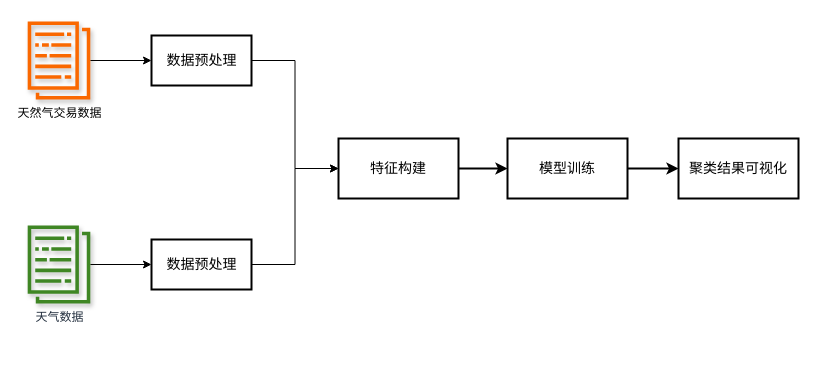
This is reports/figures/framework/framework.drawio from xhan97/gasAnalysis, a draw.io file, before an edit. Source tidied: cells renumbered, new cells numbered last; positions are measured from the earlier drawing's top-left corner, leaving out a move shared by most shapes. Both pictures are drawn from the tidied source at 100%, with x=0, y=0 at pixel (27, 21).
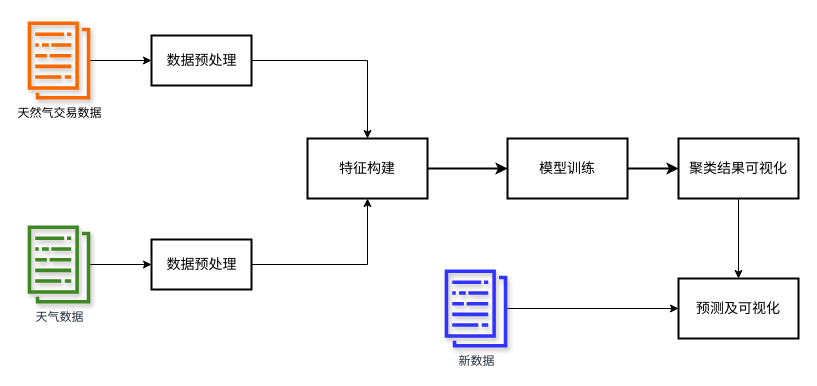
Above is the later version.

What changed in the source:
```diff
@@
 <mxGraphModel>
   <root>
     <mxCell id="0" />
     <mxCell id="1" parent="0" />
     <mxCell id="2" style="edgeStyle=orthogonalEdgeStyle;rounded=0;jettySize=auto;html=1;entryX=0;entryY=0.5;entryDx=0;entryDy=0;" parent="1" edge="1" source="3" target="9">
       <mxGeometry relative="1" as="geometry" />
     </mxCell>
     <mxCell id="3" value="天气数据" style="sketch=0;outlineConnect=0;fontColor=#232F3E;gradientColor=none;fillColor=#3F8624;strokeColor=none;dashed=0;verticalLabelPosition=bottom;verticalAlign=top;align=center;html=1;fontSize=12;fontStyle=0;shape=mxgraph.aws4.data_set;shadow=1;" parent="1" vertex="1">
       <mxGeometry y="204" width="63" height="78" as="geometry" />
     </mxCell>
     <mxCell id="4" style="edgeStyle=orthogonalEdgeStyle;rounded=0;jettySize=auto;html=1;" parent="1" edge="1" source="5" target="7">
       <mxGeometry relative="1" as="geometry" />
     </mxCell>
     <mxCell id="5" value="天然气交易数据" style="sketch=0;outlineConnect=0;fillColor=#fa6800;strokeColor=#C73500;dashed=0;verticalLabelPosition=bottom;verticalAlign=top;align=center;html=1;fontSize=12;fontStyle=0;shape=mxgraph.aws4.data_set;fontColor=#000000;shadow=1;" parent="1" vertex="1">
       <mxGeometry width="63" height="78" as="geometry" />
     </mxCell>
-    <mxCell id="6" style="edgeStyle=orthogonalEdgeStyle;rounded=0;jettySize=auto;html=1;entryX=0;entryY=0.5;entryDx=0;entryDy=0;" parent="1" edge="1" source="7" target="11">
+    <mxCell id="6" style="edgeStyle=orthogonalEdgeStyle;rounded=0;jettySize=auto;html=1;" parent="1" edge="1" source="7" target="11">
       <mxGeometry relative="1" as="geometry" />
     </mxCell>
     <mxCell id="7" value="&lt;font style=&quot;font-size: 14px&quot;&gt;数据预处理&lt;/font&gt;" style="html=1;dashed=0;whitespace=wrap;strokeWidth=2;" parent="1" vertex="1">
       <mxGeometry x="124" y="14" width="100" height="50" as="geometry" />
     </mxCell>
-    <mxCell id="8" style="edgeStyle=orthogonalEdgeStyle;rounded=0;jettySize=auto;html=1;entryX=0;entryY=0.5;entryDx=0;entryDy=0;" parent="1" edge="1" source="9" target="11">
+    <mxCell id="8" style="edgeStyle=orthogonalEdgeStyle;rounded=0;jettySize=auto;html=1;entryX=0.5;entryY=1;entryDx=0;entryDy=0;" parent="1" edge="1" source="9" target="11">
       <mxGeometry relative="1" as="geometry" />
     </mxCell>
     <mxCell id="9" value="&lt;font style=&quot;font-size: 14px&quot;&gt;数据预处理&lt;/font&gt;" style="html=1;dashed=0;whitespace=wrap;strokeWidth=2;" parent="1" vertex="1">
       <mxGeometry x="124" y="218" width="100" height="50" as="geometry" />
     </mxCell>
     <mxCell id="10" style="edgeStyle=orthogonalEdgeStyle;rounded=0;jettySize=auto;html=1;fontSize=12;fillColor=default;dashed=0;strokeWidth=2;" parent="1" edge="1" source="11" target="13">
       <mxGeometry relative="1" as="geometry" />
     </mxCell>
     <mxCell id="11" value="&lt;font style=&quot;font-size: 14px&quot;&gt;特征构建&lt;/font&gt;" style="whiteSpace=wrap;html=1;strokeWidth=2;dashed=0;" parent="1" vertex="1">
-      <mxGeometry x="311" y="117" width="120" height="60" as="geometry" />
+      <mxGeometry x="280" y="117" width="120" height="60" as="geometry" />
     </mxCell>
     <mxCell id="12" style="edgeStyle=orthogonalEdgeStyle;rounded=0;jettySize=auto;html=1;fontSize=12;fillColor=default;dashed=0;strokeWidth=2;" parent="1" edge="1" source="13" target="14">
       <mxGeometry relative="1" as="geometry" />
     </mxCell>
     <mxCell id="13" value="&lt;font style=&quot;font-size: 14px&quot;&gt;模型训练&lt;/font&gt;" style="whiteSpace=wrap;html=1;strokeWidth=2;dashed=0;" parent="1" vertex="1">
       <mxGeometry x="480" y="117" width="120" height="60" as="geometry" />
     </mxCell>
+    <mxCell id="15" style="edgeStyle=orthogonalEdgeStyle;rounded=0;jettySize=auto;html=1;" parent="1" edge="1" source="14" target="16">
+      <mxGeometry relative="1" as="geometry" />
+    </mxCell>
     <mxCell id="14" value="&lt;font style=&quot;font-size: 14px&quot;&gt;聚类结果可视化&lt;/font&gt;" style="whiteSpace=wrap;html=1;strokeWidth=2;" parent="1" vertex="1">
       <mxGeometry x="651" y="117" width="120" height="60" as="geometry" />
     </mxCell>
+    <mxCell id="16" value="&lt;span style=&quot;font-size: 14px&quot;&gt;预测及可视化&lt;/span&gt;" style="whiteSpace=wrap;html=1;strokeWidth=2;" parent="1" vertex="1">
+      <mxGeometry x="651" y="257" width="120" height="60" as="geometry" />
+    </mxCell>
+    <mxCell id="17" style="edgeStyle=orthogonalEdgeStyle;rounded=0;jettySize=auto;html=1;" parent="1" edge="1" source="18" target="16">
+      <mxGeometry relative="1" as="geometry" />
+    </mxCell>
+    <mxCell id="18" value="新数据" style="sketch=0;outlineConnect=0;fontColor=#232F3E;gradientColor=none;fillColor=#3333FF;strokeColor=none;dashed=0;verticalLabelPosition=bottom;verticalAlign=top;align=center;html=1;fontSize=12;fontStyle=0;shape=mxgraph.aws4.data_set;shadow=1;" parent="1" vertex="1">
+      <mxGeometry x="417" y="248" width="63" height="78" as="geometry" />
+    </mxCell>
   </root>
 </mxGraphModel>
```
